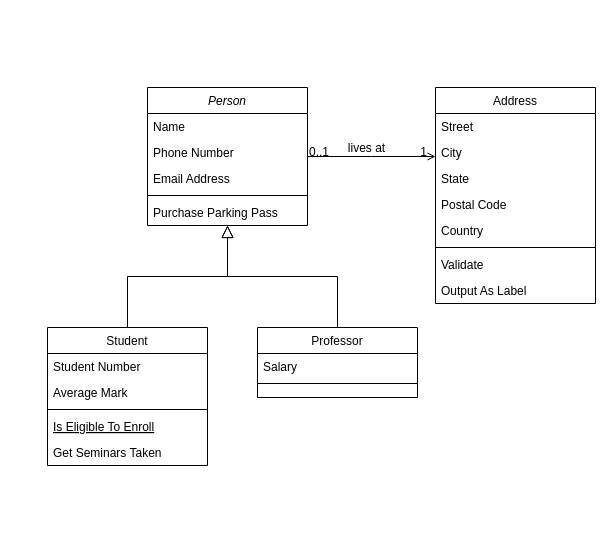
EagleBl4ck/eagle keeps this draw.io diagram as Diagrama sem nome.drawio. Above is the earlier version. Source tidied: cells renumbered, new cells numbered last; positions are measured from the earlier drawing's top-left corner, leaving out a move shared by most shapes. Both pictures are drawn from the tidied source at 100%, with x=0, y=0 at pixel (47, 87).
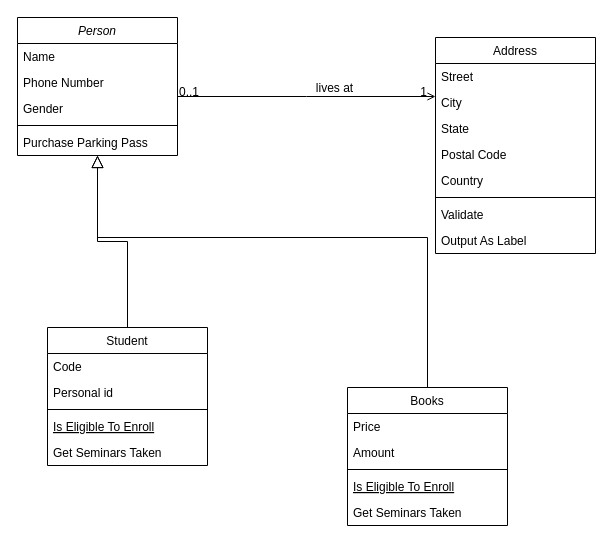
The same page after the edit.

Unchanged cells that the change refers to:
```xml
<mxCell id="8" value="Student" style="swimlane;fontStyle=0;align=center;verticalAlign=top;horizontal=1;startSize=26;rounded=0;shadow=0;strokeWidth=1;" parent="1" vertex="1">
  <mxGeometry y="240" width="160" height="138" as="geometry" />
</mxCell>
```

What changed in the source:
```diff
@@
     <mxCell id="2" value="Person" style="swimlane;fontStyle=2;align=center;verticalAlign=top;horizontal=1;startSize=26;rounded=0;shadow=0;strokeWidth=1;" parent="1" vertex="1">
-      <mxGeometry x="100" width="160" height="138" as="geometry" />
+      <mxGeometry x="-30" y="-70" width="160" height="138" as="geometry" />
     </mxCell>
@@
-    <mxCell id="5" value="Email Address" style="text;align=left;verticalAlign=top;spacingLeft=4;spacingRight=4;overflow=hidden;rounded=0;shadow=0;html=0;" parent="2" vertex="1">
+    <mxCell id="5" value="Gender" style="text;align=left;verticalAlign=top;spacingLeft=4;spacingRight=4;overflow=hidden;rounded=0;shadow=0;html=0;" parent="2" vertex="1">
       <mxGeometry y="78" width="160" height="26" as="geometry" />
     </mxCell>
@@
-    <mxCell id="9" value="Student Number" style="text;align=left;verticalAlign=top;spacingLeft=4;spacingRight=4;overflow=hidden;" parent="8" vertex="1">
+    <mxCell id="9" value="Code    " style="text;align=left;verticalAlign=top;spacingLeft=4;spacingRight=4;overflow=hidden;" parent="8" vertex="1">
       <mxGeometry y="26" width="160" height="26" as="geometry" />
     </mxCell>
-    <mxCell id="10" value="Average Mark" style="text;align=left;verticalAlign=top;spacingLeft=4;spacingRight=4;overflow=hidden;rounded=0;shadow=0;html=0;" parent="8" vertex="1">
+    <mxCell id="10" value="Personal id" style="text;align=left;verticalAlign=top;spacingLeft=4;spacingRight=4;overflow=hidden;rounded=0;shadow=0;html=0;" parent="8" vertex="1">
       <mxGeometry y="52" width="160" height="26" as="geometry" />
     </mxCell>
@@
-    <mxCell id="15" value="Professor" style="swimlane;fontStyle=0;align=center;verticalAlign=top;horizontal=1;startSize=26;rounded=0;shadow=0;strokeWidth=1;" parent="1" vertex="1">
-      <mxGeometry x="210" y="240" width="160" height="70" as="geometry" />
-    </mxCell>
-    <mxCell id="16" value="Salary" style="text;align=left;verticalAlign=top;spacingLeft=4;spacingRight=4;overflow=hidden;" parent="15" vertex="1">
-      <mxGeometry y="26" width="160" height="26" as="geometry" />
-    </mxCell>
-    <mxCell id="17" style="line;html=1;strokeWidth=1;align=left;verticalAlign=middle;spacingTop=-1;spacingLeft=3;spacingRight=3;labelPosition=right;" parent="15" vertex="1">
-      <mxGeometry y="52" width="160" height="8" as="geometry" />
-    </mxCell>
-    <mxCell id="18" style="endArrow=block;endSize=10;endFill=0;shadow=0;strokeWidth=1;rounded=0;edgeStyle=elbowEdgeStyle;elbow=vertical;" parent="1" edge="1" source="15" target="2">
-      <mxGeometry relative="1" as="geometry" />
+    <mxCell id="18" style="endArrow=block;endSize=10;endFill=0;shadow=0;strokeWidth=1;rounded=0;edgeStyle=elbowEdgeStyle;elbow=vertical;exitX=0.5;exitY=0;exitDx=0;exitDy=0;" parent="1" edge="1" source="32" target="2">
+      <mxGeometry relative="1" as="geometry">
+        <Array as="points">
+          <mxPoint x="220" y="150" />
+        </Array>
+      </mxGeometry>
     </mxCell>
     <mxCell id="19" value="Address" style="swimlane;fontStyle=0;align=center;verticalAlign=top;horizontal=1;startSize=26;rounded=0;shadow=0;strokeWidth=1;" parent="1" vertex="1">
-      <mxGeometry x="388" width="160" height="216" as="geometry" />
+      <mxGeometry x="388" y="-50" width="160" height="216" as="geometry" />
     </mxCell>
@@
+    <mxCell id="32" value="Books" style="swimlane;fontStyle=0;align=center;verticalAlign=top;horizontal=1;startSize=26;rounded=0;shadow=0;strokeWidth=1;" parent="1" vertex="1">
+      <mxGeometry x="300" y="300" width="160" height="138" as="geometry" />
+    </mxCell>
+    <mxCell id="33" value="Price" style="text;align=left;verticalAlign=top;spacingLeft=4;spacingRight=4;overflow=hidden;" parent="32" vertex="1">
+      <mxGeometry y="26" width="160" height="26" as="geometry" />
+    </mxCell>
+    <mxCell id="34" value="Amount" style="text;align=left;verticalAlign=top;spacingLeft=4;spacingRight=4;overflow=hidden;rounded=0;shadow=0;html=0;" parent="32" vertex="1">
+      <mxGeometry y="52" width="160" height="26" as="geometry" />
+    </mxCell>
+    <mxCell id="35" style="line;html=1;strokeWidth=1;align=left;verticalAlign=middle;spacingTop=-1;spacingLeft=3;spacingRight=3;labelPosition=right;" parent="32" vertex="1">
+      <mxGeometry y="78" width="160" height="8" as="geometry" />
+    </mxCell>
+    <mxCell id="36" value="Is Eligible To Enroll" style="text;align=left;verticalAlign=top;spacingLeft=4;spacingRight=4;overflow=hidden;fontStyle=4;" parent="32" vertex="1">
+      <mxGeometry y="86" width="160" height="26" as="geometry" />
+    </mxCell>
+    <mxCell id="37" value="Get Seminars Taken" style="text;align=left;verticalAlign=top;spacingLeft=4;spacingRight=4;overflow=hidden;" parent="32" vertex="1">
+      <mxGeometry y="112" width="160" height="26" as="geometry" />
+    </mxCell>
```
